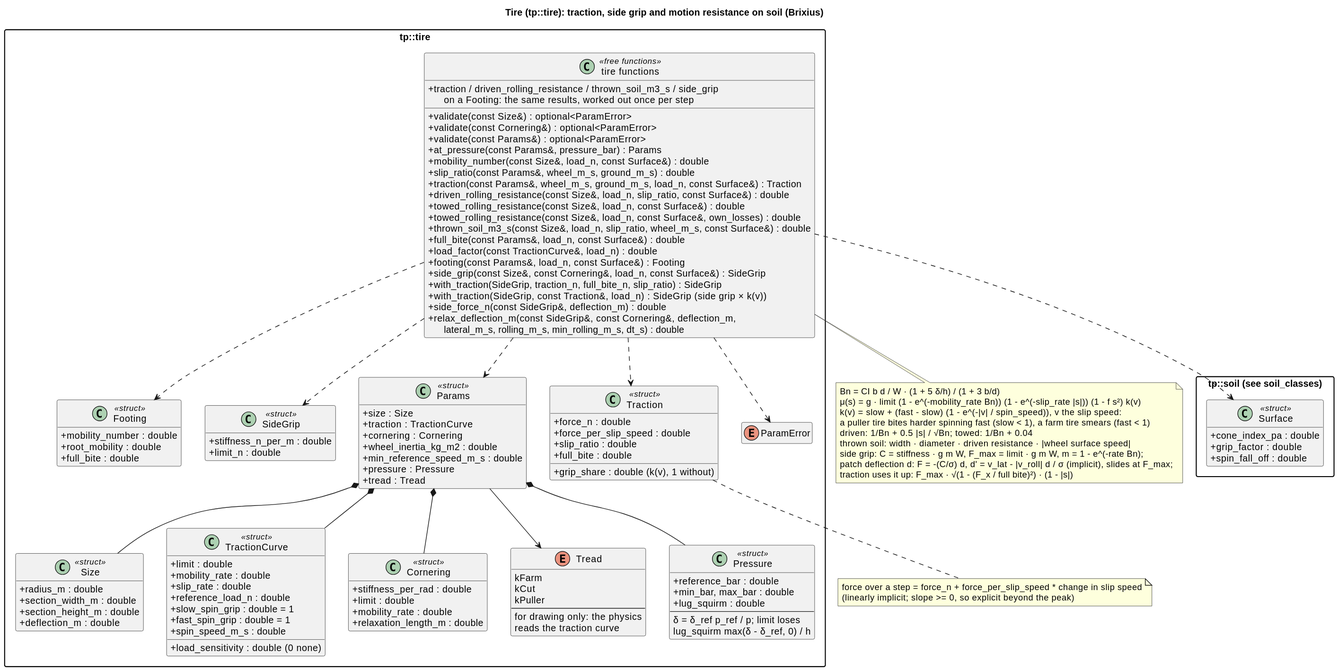
wversteeg/TractorPulling keeps this PlantUML diagram as docs/diagrams/svg/tire_classes.svg. Above is the earlier version.
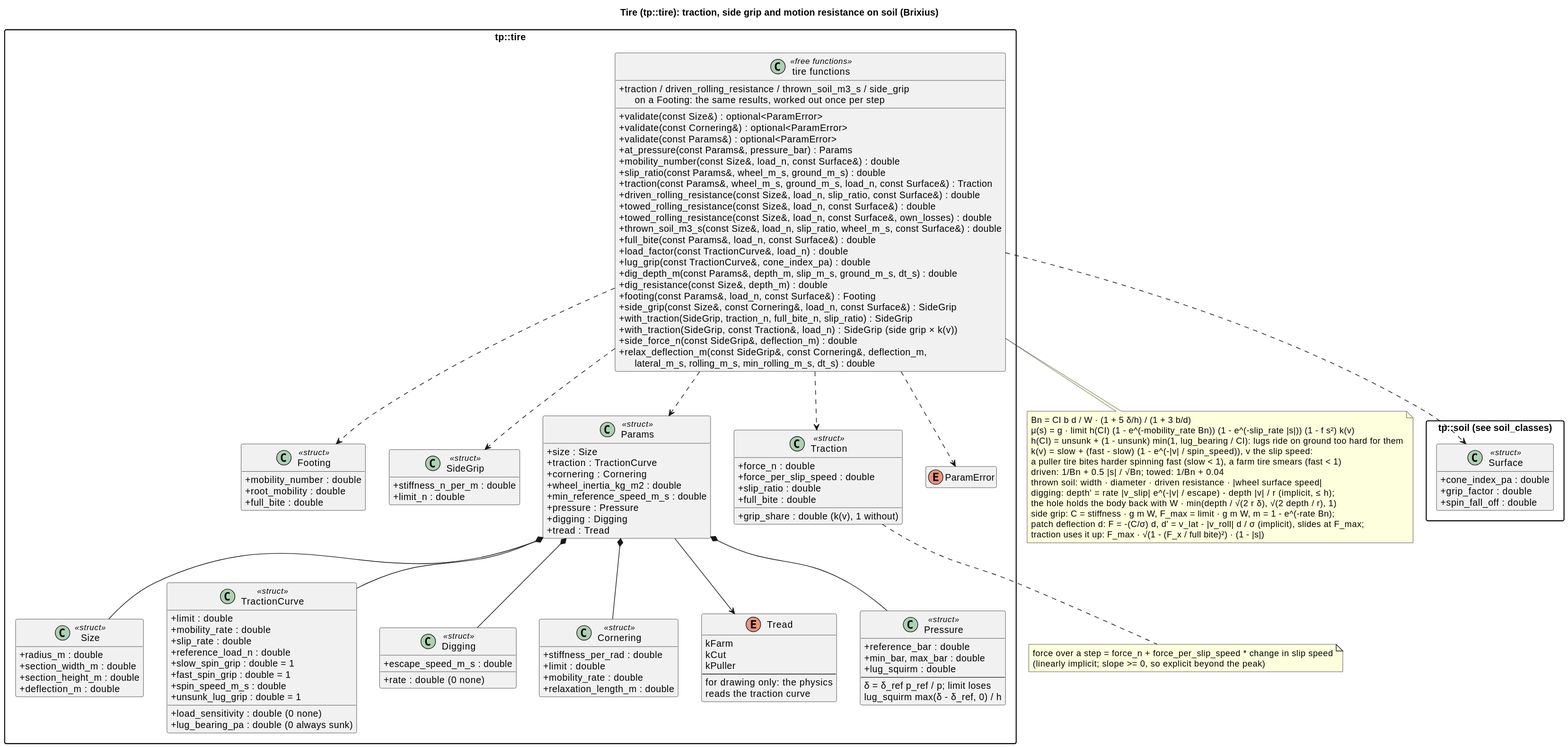
The same diagram one commit later.

What changed in the source:
```diff
@@ -28,6 +28,12 @@
     +slow_spin_grip : double = 1
     +fast_spin_grip : double = 1
     +spin_speed_m_s : double
+    +lug_bearing_pa : double (0 always sunk)
+    +unsunk_lug_grip : double = 1
+  }
+  class Digging <<struct>> {
+    +rate : double (0 none)
+    +escape_speed_m_s : double
   }
   class Cornering <<struct>> {
     +stiffness_per_rad : double
@@ -51,6 +57,7 @@
     +wheel_inertia_kg_m2 : double
     +min_reference_speed_m_s : double
     +pressure : Pressure
+    +digging : Digging
     +tread : Tread
   }
   enum Tread {
@@ -91,6 +98,9 @@
     +thrown_soil_m3_s(const Size&, load_n, slip_ratio, wheel_m_s, const Surface&) : double
     +full_bite(const Params&, load_n, const Surface&) : double
     +load_factor(const TractionCurve&, load_n) : double
+    +lug_grip(const TractionCurve&, cone_index_pa) : double
+    +dig_depth_m(const Params&, depth_m, slip_m_s, ground_m_s, dt_s) : double
+    +dig_resistance(const Size&, depth_m) : double
     +footing(const Params&, load_n, const Surface&) : Footing
     +traction / driven_rolling_resistance / thrown_soil_m3_s / side_grip\n      on a Footing: the same results, worked out once per step
     +side_grip(const Size&, const Cornering&, load_n, const Surface&) : SideGrip
@@ -103,6 +113,7 @@
   Params *-- TractionCurve
   Params *-- Cornering
   Params *-- Pressure
+  Params *-- Digging
   Params --> Tread
   TireFns ..> SideGrip
   TireFns ..> Footing
@@ -113,11 +124,14 @@
 }
 note bottom of TireFns
   Bn = CI b d / W · (1 + 5 δ/h) / (1 + 3 b/d)
-  μ(s) = g · limit (1 - e^(-mobility_rate Bn)) (1 - e^(-slip_rate |s|)) (1 - f s²) k(v)
+  μ(s) = g · limit h(CI) (1 - e^(-mobility_rate Bn)) (1 - e^(-slip_rate |s|)) (1 - f s²) k(v)
+  h(CI) = unsunk + (1 - unsunk) min(1, lug_bearing / CI): lugs ride on ground too hard for them
   k(v) = slow + (fast - slow) (1 - e^(-|v| / spin_speed)), v the slip speed:
   a puller tire bites harder spinning fast (slow < 1), a farm tire smears (fast < 1)
   driven: 1/Bn + 0.5 |s| / √Bn;  towed: 1/Bn + 0.04
   thrown soil: width · diameter · driven resistance · |wheel surface speed|
+  digging: depth' = rate |v_slip| e^(-|v| / escape) - depth |v| / r (implicit, ≤ h);
+  the hole holds the body back with W · min(depth / √(2 r δ), √(2 depth / r), 1)
   side grip: C = stiffness · g m W, F_max = limit · g m W, m = 1 - e^(-rate Bn);
   patch deflection d: F = -(C/σ) d, d' = v_lat - |v_roll| d / σ (implicit), slides at F_max;
   traction uses it up: F_max · √(1 - (F_x / full bite)²) · (1 - |s|)
```
